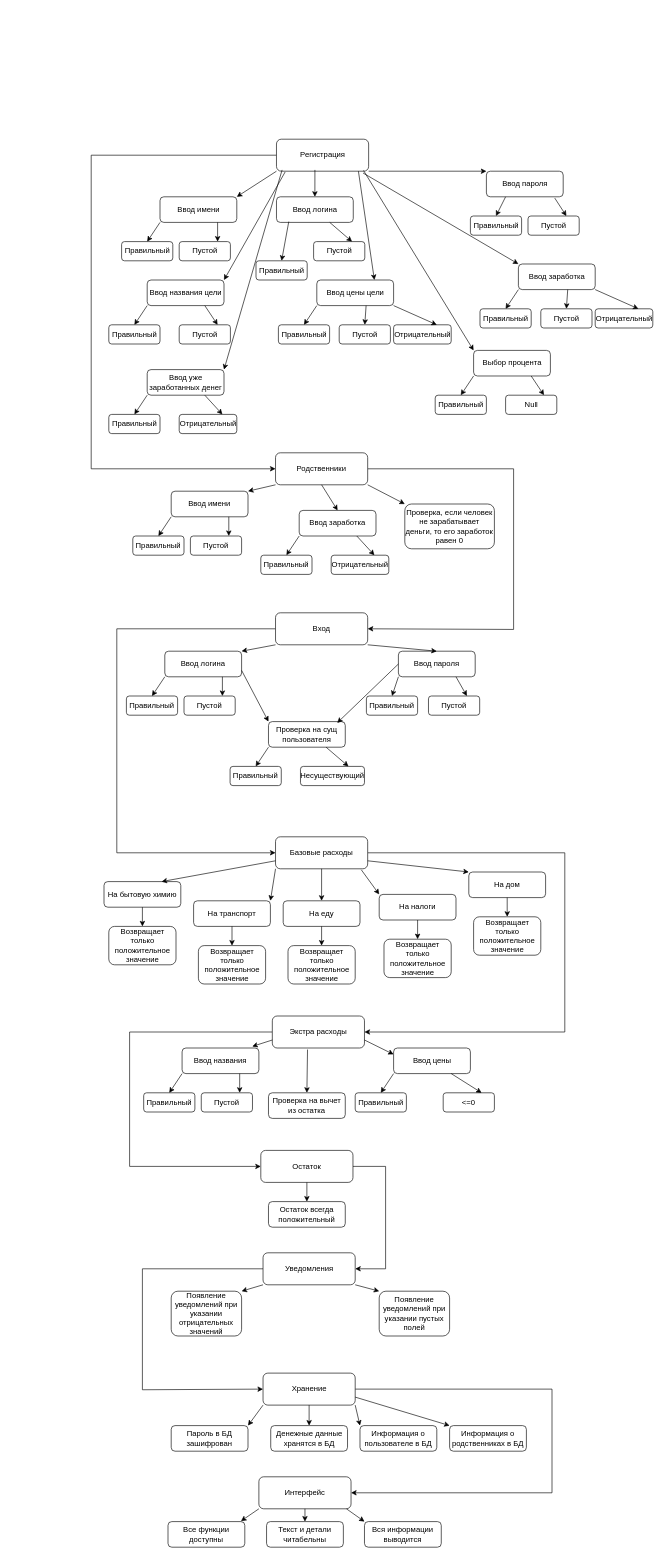
Before: page "Страница — 13" (13 of 18) of new_kurs.drawio in dahichnero/schemas, a draw.io diagram. Source tidied: cells renumbered, new cells numbered last; positions are measured from the earlier drawing's top-left corner, leaving out a move shared by most shapes. Both pictures are drawn from the tidied source at 64%, with x=0, y=0 at pixel (91, 139).
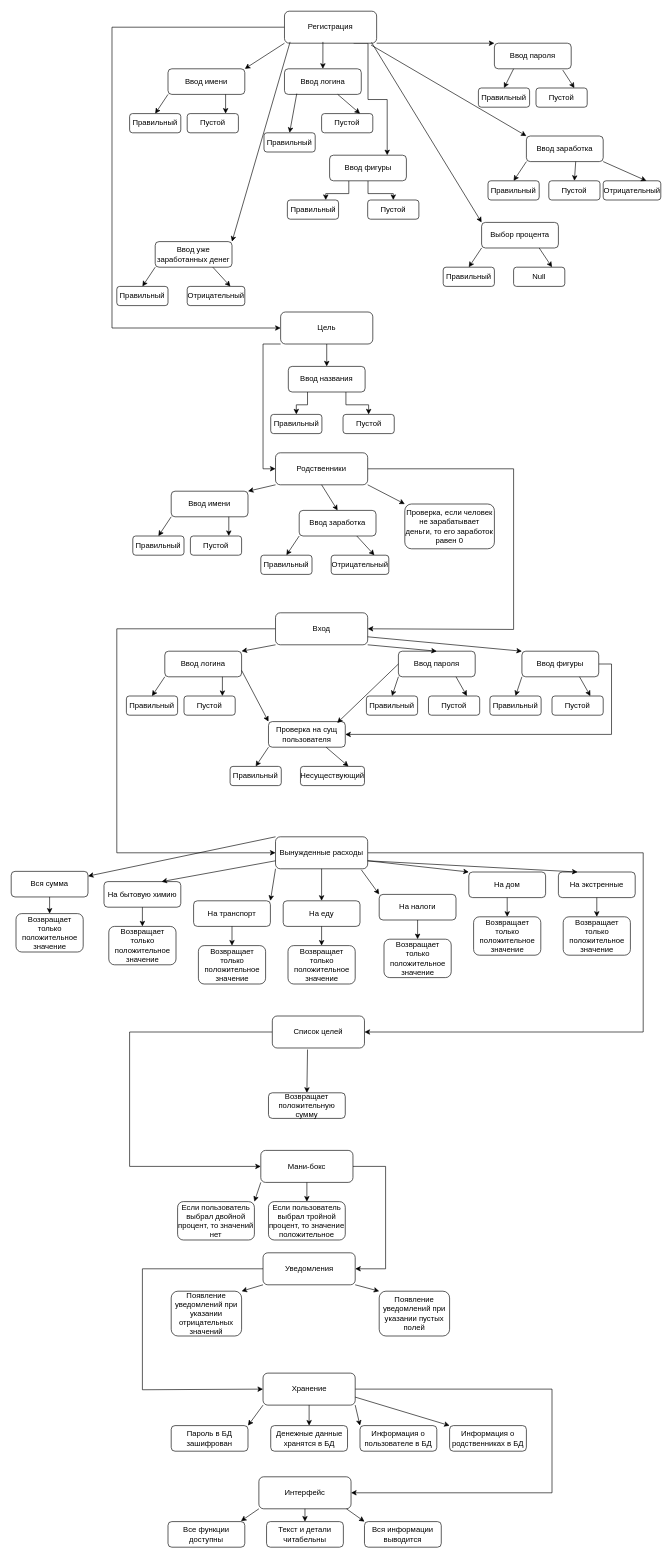
The same diagram, later.

Unchanged cells that the change refers to:
```xml
<mxCell id="57" value="Родственники" style="rounded=1;whiteSpace=wrap;html=1;" parent="1" vertex="1">
  <mxGeometry x="288" y="490" width="144" height="50" as="geometry" />
</mxCell>
<mxCell id="73" value="Вход" style="rounded=1;whiteSpace=wrap;html=1;" parent="1" vertex="1">
  <mxGeometry x="288" y="740" width="144" height="50" as="geometry" />
</mxCell>
<mxCell id="86" value="Проверка на сущ пользователя" style="rounded=1;whiteSpace=wrap;html=1;" parent="1" vertex="1">
  <mxGeometry x="277" y="910" width="120" height="40" as="geometry" />
</mxCell>
```

The edit, as a diff of the source:
```diff
@@
-    <mxCell id="2" style="edgeStyle=orthogonalEdgeStyle;rounded=0;jettySize=auto;html=1;entryX=0;entryY=0.5;entryDx=0;entryDy=0;" parent="1" edge="1" source="3" target="57">
-      <mxGeometry relative="1" as="geometry">
-        <Array as="points">
-          <mxPoint y="25" />
-          <mxPoint y="515" />
-        </Array>
-      </mxGeometry>
-    </mxCell>
+    <mxCell id="158" style="edgeStyle=orthogonalEdgeStyle;rounded=0;jettySize=auto;html=1;exitX=0;exitY=0.5;exitDx=0;exitDy=0;entryX=0;entryY=0.5;entryDx=0;entryDy=0;" parent="1" edge="1" source="3" target="162">
+      <mxGeometry relative="1" as="geometry">
+        <Array as="points">
+          <mxPoint x="32.5" y="-175" />
+          <mxPoint x="32.5" y="295" />
+        </Array>
+      </mxGeometry>
+    </mxCell>
+    <mxCell id="159" style="edgeStyle=orthogonalEdgeStyle;rounded=0;jettySize=auto;html=1;exitX=0.75;exitY=1;exitDx=0;exitDy=0;entryX=0.75;entryY=0;entryDx=0;entryDy=0;" parent="1" edge="1" source="3" target="169">
+      <mxGeometry relative="1" as="geometry">
+        <Array as="points">
+          <mxPoint x="432.5" y="-150" />
+          <mxPoint x="432.5" y="-62" />
+          <mxPoint x="462.5" y="-62" />
+        </Array>
+      </mxGeometry>
+    </mxCell>
     <mxCell id="3" value="Регистрация" style="rounded=1;whiteSpace=wrap;html=1;" parent="1" vertex="1">
-      <mxGeometry x="289.5" width="144" height="50" as="geometry" />
+      <mxGeometry x="302" y="-200" width="144" height="50" as="geometry" />
     </mxCell>
     <mxCell id="4" value="Ввод имени" style="rounded=1;whiteSpace=wrap;html=1;" parent="1" vertex="1">
-      <mxGeometry x="107.5" y="90" width="120" height="40" as="geometry" />
+      <mxGeometry x="120" y="-110" width="120" height="40" as="geometry" />
     </mxCell>
     <mxCell id="5" value="Ввод логина" style="rounded=1;whiteSpace=wrap;html=1;" parent="1" vertex="1">
-      <mxGeometry x="289.5" y="90" width="120" height="40" as="geometry" />
+      <mxGeometry x="302" y="-110" width="120" height="40" as="geometry" />
     </mxCell>
     <mxCell id="6" value="Ввод пароля" style="rounded=1;whiteSpace=wrap;html=1;" parent="1" vertex="1">
-      <mxGeometry x="617.5" y="50" width="120" height="40" as="geometry" />
+      <mxGeometry x="630" y="-150" width="120" height="40" as="geometry" />
     </mxCell>
@@
     <mxCell id="10" value="Правильный" style="rounded=1;whiteSpace=wrap;html=1;" parent="1" vertex="1">
-      <mxGeometry x="47.5" y="160" width="80" height="30" as="geometry" />
+      <mxGeometry x="60" y="-40" width="80" height="30" as="geometry" />
     </mxCell>
     <mxCell id="11" value="Пустой" style="rounded=1;whiteSpace=wrap;html=1;" parent="1" vertex="1">
-      <mxGeometry x="137.5" y="160" width="80" height="30" as="geometry" />
+      <mxGeometry x="150" y="-40" width="80" height="30" as="geometry" />
     </mxCell>
@@
     <mxCell id="14" value="Правильный" style="rounded=1;whiteSpace=wrap;html=1;" parent="1" vertex="1">
-      <mxGeometry x="257.5" y="190" width="80" height="30" as="geometry" />
+      <mxGeometry x="270" y="-10" width="80" height="30" as="geometry" />
     </mxCell>
     <mxCell id="15" value="Пустой" style="rounded=1;whiteSpace=wrap;html=1;" parent="1" vertex="1">
-      <mxGeometry x="347.5" y="160" width="80" height="30" as="geometry" />
+      <mxGeometry x="360" y="-40" width="80" height="30" as="geometry" />
     </mxCell>
@@
     <mxCell id="18" value="Правильный" style="rounded=1;whiteSpace=wrap;html=1;" parent="1" vertex="1">
-      <mxGeometry x="592.5" y="120" width="80" height="30" as="geometry" />
+      <mxGeometry x="605" y="-80" width="80" height="30" as="geometry" />
     </mxCell>
     <mxCell id="19" value="Пустой" style="rounded=1;whiteSpace=wrap;html=1;" parent="1" vertex="1">
-      <mxGeometry x="682.5" y="120" width="80" height="30" as="geometry" />
+      <mxGeometry x="695" y="-80" width="80" height="30" as="geometry" />
     </mxCell>
@@
-    <mxCell id="22" value="Ввод названия цели" style="rounded=1;whiteSpace=wrap;html=1;" parent="1" vertex="1">
-      <mxGeometry x="87.5" y="220" width="120" height="40" as="geometry" />
-    </mxCell>
-    <mxCell id="23" value="Правильный" style="rounded=1;whiteSpace=wrap;html=1;" parent="1" vertex="1">
-      <mxGeometry x="27.5" y="290" width="80" height="30" as="geometry" />
-    </mxCell>
-    <mxCell id="24" value="Пустой" style="rounded=1;whiteSpace=wrap;html=1;" parent="1" vertex="1">
-      <mxGeometry x="137.5" y="290" width="80" height="30" as="geometry" />
-    </mxCell>
-    <mxCell id="25" style="endArrow=classic;html=1;rounded=0;entryX=0.5;entryY=0;entryDx=0;entryDy=0;exitX=0;exitY=1;exitDx=0;exitDy=0;" parent="1" edge="1" source="22" target="23">
-      <mxGeometry relative="1" as="geometry" />
-    </mxCell>
-    <mxCell id="26" style="endArrow=classic;html=1;rounded=0;exitX=0.75;exitY=1;exitDx=0;exitDy=0;entryX=0.75;entryY=0;entryDx=0;entryDy=0;" parent="1" edge="1" source="22" target="24">
-      <mxGeometry relative="1" as="geometry" />
-    </mxCell>
-    <mxCell id="27" style="endArrow=classic;html=1;rounded=0;entryX=1;entryY=0;entryDx=0;entryDy=0;exitX=0.094;exitY=1.024;exitDx=0;exitDy=0;exitPerimeter=0;" parent="1" edge="1" source="3" target="22">
-      <mxGeometry relative="1" as="geometry" />
-    </mxCell>
-    <mxCell id="28" value="Ввод цены цели" style="rounded=1;whiteSpace=wrap;html=1;" parent="1" vertex="1">
-      <mxGeometry x="352.5" y="220" width="120" height="40" as="geometry" />
-    </mxCell>
-    <mxCell id="29" value="Правильный" style="rounded=1;whiteSpace=wrap;html=1;" parent="1" vertex="1">
-      <mxGeometry x="292.5" y="290" width="80" height="30" as="geometry" />
-    </mxCell>
-    <mxCell id="30" value="Пустой" style="rounded=1;whiteSpace=wrap;html=1;" parent="1" vertex="1">
-      <mxGeometry x="387.5" y="290" width="80" height="30" as="geometry" />
-    </mxCell>
-    <mxCell id="31" style="endArrow=classic;html=1;rounded=0;entryX=0.5;entryY=0;entryDx=0;entryDy=0;exitX=0;exitY=1;exitDx=0;exitDy=0;" parent="1" edge="1" source="28" target="29">
-      <mxGeometry relative="1" as="geometry" />
-    </mxCell>
-    <mxCell id="32" style="endArrow=classic;html=1;rounded=0;entryX=0.5;entryY=0;entryDx=0;entryDy=0;exitX=0.642;exitY=1;exitDx=0;exitDy=0;exitPerimeter=0;" parent="1" edge="1" source="28" target="30">
-      <mxGeometry relative="1" as="geometry" />
-    </mxCell>
-    <mxCell id="33" value="Отрицательный" style="rounded=1;whiteSpace=wrap;html=1;" parent="1" vertex="1">
-      <mxGeometry x="472.5" y="290" width="90" height="30" as="geometry" />
-    </mxCell>
-    <mxCell id="34" style="endArrow=classic;html=1;rounded=0;exitX=1;exitY=1;exitDx=0;exitDy=0;entryX=0.75;entryY=0;entryDx=0;entryDy=0;" parent="1" edge="1" source="28" target="33">
-      <mxGeometry relative="1" as="geometry" />
-    </mxCell>
-    <mxCell id="35" style="endArrow=classic;html=1;rounded=0;exitX=0.889;exitY=1;exitDx=0;exitDy=0;exitPerimeter=0;entryX=0.75;entryY=0;entryDx=0;entryDy=0;" parent="1" edge="1" source="3" target="28">
-      <mxGeometry relative="1" as="geometry" />
-    </mxCell>
     <mxCell id="36" value="Ввод заработка" style="rounded=1;whiteSpace=wrap;html=1;" parent="1" vertex="1">
-      <mxGeometry x="667.5" y="195" width="120" height="40" as="geometry" />
+      <mxGeometry x="680" y="-5" width="120" height="40" as="geometry" />
     </mxCell>
     <mxCell id="37" value="Правильный" style="rounded=1;whiteSpace=wrap;html=1;" parent="1" vertex="1">
-      <mxGeometry x="607.5" y="265" width="80" height="30" as="geometry" />
+      <mxGeometry x="620" y="65" width="80" height="30" as="geometry" />
     </mxCell>
     <mxCell id="38" value="Пустой" style="rounded=1;whiteSpace=wrap;html=1;" parent="1" vertex="1">
-      <mxGeometry x="702.5" y="265" width="80" height="30" as="geometry" />
+      <mxGeometry x="715" y="65" width="80" height="30" as="geometry" />
     </mxCell>
@@
     <mxCell id="41" value="Отрицательный" style="rounded=1;whiteSpace=wrap;html=1;" parent="1" vertex="1">
-      <mxGeometry x="787.5" y="265" width="90" height="30" as="geometry" />
+      <mxGeometry x="800" y="65" width="90" height="30" as="geometry" />
     </mxCell>
@@
     <mxCell id="43" value="Ввод уже заработанных денег" style="rounded=1;whiteSpace=wrap;html=1;" parent="1" vertex="1">
-      <mxGeometry x="87.5" y="360" width="120" height="40" as="geometry" />
+      <mxGeometry x="100" y="160" width="120" height="40" as="geometry" />
     </mxCell>
     <mxCell id="44" value="Правильный" style="rounded=1;whiteSpace=wrap;html=1;" parent="1" vertex="1">
-      <mxGeometry x="27.5" y="430" width="80" height="30" as="geometry" />
+      <mxGeometry x="40" y="230" width="80" height="30" as="geometry" />
     </mxCell>
     <mxCell id="45" value="Отрицательный" style="rounded=1;whiteSpace=wrap;html=1;" parent="1" vertex="1">
-      <mxGeometry x="137.5" y="430" width="90" height="30" as="geometry" />
+      <mxGeometry x="150" y="230" width="90" height="30" as="geometry" />
     </mxCell>
@@
     <mxCell id="48" value="Выбор процента" style="rounded=1;whiteSpace=wrap;html=1;" parent="1" vertex="1">
-      <mxGeometry x="597.5" y="330" width="120" height="40" as="geometry" />
+      <mxGeometry x="610" y="130" width="120" height="40" as="geometry" />
     </mxCell>
     <mxCell id="49" value="Правильный" style="rounded=1;whiteSpace=wrap;html=1;" parent="1" vertex="1">
-      <mxGeometry x="537.5" y="400" width="80" height="30" as="geometry" />
+      <mxGeometry x="550" y="200" width="80" height="30" as="geometry" />
     </mxCell>
     <mxCell id="50" value="Null" style="rounded=1;whiteSpace=wrap;html=1;" parent="1" vertex="1">
-      <mxGeometry x="647.5" y="400" width="80" height="30" as="geometry" />
+      <mxGeometry x="660" y="200" width="80" height="30" as="geometry" />
     </mxCell>
@@
     <mxCell id="91" style="edgeStyle=orthogonalEdgeStyle;rounded=0;jettySize=auto;html=1;entryX=1;entryY=0.5;entryDx=0;entryDy=0;" parent="1" edge="1" source="92" target="116">
       <mxGeometry relative="1" as="geometry">
         <Array as="points">
-          <mxPoint x="740" y="1115" />
-          <mxPoint x="740" y="1395" />
+          <mxPoint x="862.5" y="1115" />
+          <mxPoint x="862.5" y="1395" />
         </Array>
       </mxGeometry>
     </mxCell>
-    <mxCell id="92" value="Базовые расходы" style="rounded=1;whiteSpace=wrap;html=1;" parent="1" vertex="1">
+    <mxCell id="92" value="Вынужденные расходы" style="rounded=1;whiteSpace=wrap;html=1;" parent="1" vertex="1">
       <mxGeometry x="288" y="1090" width="144" height="50" as="geometry" />
     </mxCell>
@@
-    <mxCell id="116" value="Экстра расходы" style="rounded=1;whiteSpace=wrap;html=1;" parent="1" vertex="1">
+    <mxCell id="116" value="Список целей" style="rounded=1;whiteSpace=wrap;html=1;" parent="1" vertex="1">
       <mxGeometry x="283" y="1370" width="144" height="50" as="geometry" />
     </mxCell>
-    <mxCell id="117" value="Ввод названия" style="rounded=1;whiteSpace=wrap;html=1;" parent="1" vertex="1">
-      <mxGeometry x="142" y="1420" width="120" height="40" as="geometry" />
-    </mxCell>
-    <mxCell id="118" value="Правильный" style="rounded=1;whiteSpace=wrap;html=1;" parent="1" vertex="1">
-      <mxGeometry x="82" y="1490" width="80" height="30" as="geometry" />
-    </mxCell>
-    <mxCell id="119" value="Пустой" style="rounded=1;whiteSpace=wrap;html=1;" parent="1" vertex="1">
-      <mxGeometry x="172" y="1490" width="80" height="30" as="geometry" />
-    </mxCell>
-    <mxCell id="120" style="endArrow=classic;html=1;rounded=0;entryX=0.5;entryY=0;entryDx=0;entryDy=0;exitX=0;exitY=1;exitDx=0;exitDy=0;" parent="1" edge="1" source="117" target="118">
-      <mxGeometry relative="1" as="geometry" />
-    </mxCell>
-    <mxCell id="121" style="endArrow=classic;html=1;rounded=0;exitX=0.75;exitY=1;exitDx=0;exitDy=0;entryX=0.75;entryY=0;entryDx=0;entryDy=0;" parent="1" edge="1" source="117" target="119">
-      <mxGeometry relative="1" as="geometry" />
-    </mxCell>
-    <mxCell id="122" style="endArrow=classic;html=1;rounded=0;exitX=0;exitY=0.75;exitDx=0;exitDy=0;entryX=0.913;entryY=-0.06;entryDx=0;entryDy=0;entryPerimeter=0;" parent="1" edge="1" source="116" target="117">
-      <mxGeometry relative="1" as="geometry" />
-    </mxCell>
-    <mxCell id="123" value="Ввод цены" style="rounded=1;whiteSpace=wrap;html=1;" parent="1" vertex="1">
-      <mxGeometry x="472.5" y="1420" width="120" height="40" as="geometry" />
-    </mxCell>
-    <mxCell id="124" value="Правильный" style="rounded=1;whiteSpace=wrap;html=1;" parent="1" vertex="1">
-      <mxGeometry x="412.5" y="1490" width="80" height="30" as="geometry" />
-    </mxCell>
-    <mxCell id="125" value="&amp;lt;=0" style="rounded=1;whiteSpace=wrap;html=1;" parent="1" vertex="1">
-      <mxGeometry x="550" y="1490" width="80" height="30" as="geometry" />
-    </mxCell>
-    <mxCell id="126" style="endArrow=classic;html=1;rounded=0;entryX=0.5;entryY=0;entryDx=0;entryDy=0;exitX=0;exitY=1;exitDx=0;exitDy=0;" parent="1" edge="1" source="123" target="124">
-      <mxGeometry relative="1" as="geometry" />
-    </mxCell>
-    <mxCell id="127" style="endArrow=classic;html=1;rounded=0;exitX=0.75;exitY=1;exitDx=0;exitDy=0;entryX=0.75;entryY=0;entryDx=0;entryDy=0;" parent="1" edge="1" source="123" target="125">
-      <mxGeometry relative="1" as="geometry" />
-    </mxCell>
-    <mxCell id="128" style="endArrow=classic;html=1;rounded=0;exitX=1;exitY=0.75;exitDx=0;exitDy=0;entryX=0;entryY=0.25;entryDx=0;entryDy=0;" parent="1" edge="1" source="116" target="123">
-      <mxGeometry relative="1" as="geometry" />
-    </mxCell>
@@
-    <mxCell id="130" value="Проверка на вычет из остатка" style="rounded=1;whiteSpace=wrap;html=1;" parent="1" vertex="1">
+    <mxCell id="130" value="Возвращает положительную сумму" style="rounded=1;whiteSpace=wrap;html=1;" parent="1" vertex="1">
       <mxGeometry x="277" y="1490" width="120" height="40" as="geometry" />
     </mxCell>
@@
-    <mxCell id="132" value="Остаток" style="rounded=1;whiteSpace=wrap;html=1;" parent="1" vertex="1">
+    <mxCell id="132" value="Мани-бокс" style="rounded=1;whiteSpace=wrap;html=1;" parent="1" vertex="1">
       <mxGeometry x="265" y="1580" width="144" height="50" as="geometry" />
     </mxCell>
-    <mxCell id="133" value="Остаток всегда положительный" style="rounded=1;whiteSpace=wrap;html=1;" parent="1" vertex="1">
-      <mxGeometry x="277" y="1660" width="120" height="40" as="geometry" />
+    <mxCell id="133" value="Если пользователь выбрал тройной процент, то значение положительное" style="rounded=1;whiteSpace=wrap;html=1;" parent="1" vertex="1">
+      <mxGeometry x="277" y="1660" width="120" height="60" as="geometry" />
     </mxCell>
@@
+    <mxCell id="160" style="edgeStyle=orthogonalEdgeStyle;rounded=0;jettySize=auto;html=1;exitX=0.5;exitY=1;exitDx=0;exitDy=0;entryX=0.5;entryY=0;entryDx=0;entryDy=0;" parent="1" edge="1" source="162" target="117">
+      <mxGeometry relative="1" as="geometry" />
+    </mxCell>
+    <mxCell id="161" style="edgeStyle=orthogonalEdgeStyle;rounded=0;jettySize=auto;html=1;exitX=0;exitY=1;exitDx=0;exitDy=0;entryX=0;entryY=0.5;entryDx=0;entryDy=0;" parent="1" edge="1" source="162" target="57">
+      <mxGeometry relative="1" as="geometry">
+        <Array as="points">
+          <mxPoint x="268.5" y="320" />
+          <mxPoint x="268.5" y="515" />
+        </Array>
+      </mxGeometry>
+    </mxCell>
+    <mxCell id="162" value="Цель" style="rounded=1;whiteSpace=wrap;html=1;" parent="1" vertex="1">
+      <mxGeometry x="296" y="270" width="144" height="50" as="geometry" />
+    </mxCell>
+    <mxCell id="163" style="edgeStyle=orthogonalEdgeStyle;rounded=0;jettySize=auto;html=1;exitX=0.25;exitY=1;exitDx=0;exitDy=0;" parent="1" edge="1" source="117" target="165">
+      <mxGeometry relative="1" as="geometry" />
+    </mxCell>
+    <mxCell id="164" style="edgeStyle=orthogonalEdgeStyle;rounded=0;jettySize=auto;html=1;exitX=0.75;exitY=1;exitDx=0;exitDy=0;" parent="1" edge="1" source="117" target="166">
+      <mxGeometry relative="1" as="geometry" />
+    </mxCell>
+    <mxCell id="117" value="Ввод названия" style="rounded=1;whiteSpace=wrap;html=1;" parent="1" vertex="1">
+      <mxGeometry x="308" y="355" width="120" height="40" as="geometry" />
+    </mxCell>
+    <mxCell id="165" value="Правильный" style="rounded=1;whiteSpace=wrap;html=1;" parent="1" vertex="1">
+      <mxGeometry x="280.5" y="430" width="80" height="30" as="geometry" />
+    </mxCell>
+    <mxCell id="166" value="Пустой" style="rounded=1;whiteSpace=wrap;html=1;" parent="1" vertex="1">
+      <mxGeometry x="393.5" y="430" width="80" height="30" as="geometry" />
+    </mxCell>
+    <mxCell id="167" style="edgeStyle=orthogonalEdgeStyle;rounded=0;jettySize=auto;html=1;exitX=0.25;exitY=1;exitDx=0;exitDy=0;entryX=0.75;entryY=0;entryDx=0;entryDy=0;" parent="1" edge="1" source="169" target="170">
+      <mxGeometry relative="1" as="geometry" />
+    </mxCell>
+    <mxCell id="168" style="edgeStyle=orthogonalEdgeStyle;rounded=0;jettySize=auto;html=1;entryX=0.5;entryY=0;entryDx=0;entryDy=0;" parent="1" edge="1" source="169" target="171">
+      <mxGeometry relative="1" as="geometry" />
+    </mxCell>
+    <mxCell id="169" value="Ввод фигуры" style="rounded=1;whiteSpace=wrap;html=1;" parent="1" vertex="1">
+      <mxGeometry x="372.5" y="25" width="120" height="40" as="geometry" />
+    </mxCell>
+    <mxCell id="170" value="Правильный" style="rounded=1;whiteSpace=wrap;html=1;" parent="1" vertex="1">
+      <mxGeometry x="306.5" y="95" width="80" height="30" as="geometry" />
+    </mxCell>
+    <mxCell id="171" value="Пустой" style="rounded=1;whiteSpace=wrap;html=1;" parent="1" vertex="1">
+      <mxGeometry x="432" y="95" width="80" height="30" as="geometry" />
+    </mxCell>
+    <mxCell id="172" style="edgeStyle=orthogonalEdgeStyle;rounded=0;jettySize=auto;html=1;exitX=1;exitY=0.5;exitDx=0;exitDy=0;entryX=1;entryY=0.5;entryDx=0;entryDy=0;" parent="1" edge="1" source="173" target="86">
+      <mxGeometry relative="1" as="geometry" />
+    </mxCell>
+    <mxCell id="173" value="Ввод фигуры" style="rounded=1;whiteSpace=wrap;html=1;" parent="1" vertex="1">
+      <mxGeometry x="673" y="800" width="120" height="40" as="geometry" />
+    </mxCell>
+    <mxCell id="174" value="Правильный" style="rounded=1;whiteSpace=wrap;html=1;" parent="1" vertex="1">
+      <mxGeometry x="623" y="870" width="80" height="30" as="geometry" />
+    </mxCell>
+    <mxCell id="175" value="Пустой" style="rounded=1;whiteSpace=wrap;html=1;" parent="1" vertex="1">
+      <mxGeometry x="720" y="870" width="80" height="30" as="geometry" />
+    </mxCell>
+    <mxCell id="176" style="endArrow=classic;html=1;rounded=0;entryX=0.5;entryY=0;entryDx=0;entryDy=0;exitX=0;exitY=1;exitDx=0;exitDy=0;" parent="1" edge="1" source="173" target="174">
+      <mxGeometry relative="1" as="geometry" />
+    </mxCell>
+    <mxCell id="177" style="endArrow=classic;html=1;rounded=0;exitX=0.75;exitY=1;exitDx=0;exitDy=0;entryX=0.75;entryY=0;entryDx=0;entryDy=0;" parent="1" edge="1" source="173" target="175">
+      <mxGeometry relative="1" as="geometry" />
+    </mxCell>
+    <mxCell id="178" style="endArrow=classic;html=1;rounded=0;exitX=1;exitY=0.75;exitDx=0;exitDy=0;entryX=0;entryY=0;entryDx=0;entryDy=0;" parent="1" edge="1" source="73" target="173">
+      <mxGeometry relative="1" as="geometry" />
+    </mxCell>
+    <mxCell id="179" value="На экстренные" style="rounded=1;whiteSpace=wrap;html=1;" parent="1" vertex="1">
+      <mxGeometry x="730" y="1145" width="120" height="40" as="geometry" />
+    </mxCell>
+    <mxCell id="180" value="Возвращает только положительное значение" style="rounded=1;whiteSpace=wrap;html=1;" parent="1" vertex="1">
+      <mxGeometry x="737.5" y="1215" width="105" height="60" as="geometry" />
+    </mxCell>
+    <mxCell id="181" style="endArrow=classic;html=1;rounded=0;exitX=0.5;exitY=1;exitDx=0;exitDy=0;entryX=0.5;entryY=0;entryDx=0;entryDy=0;" parent="1" edge="1" source="179" target="180">
+      <mxGeometry relative="1" as="geometry" />
+    </mxCell>
+    <mxCell id="182" style="endArrow=classic;html=1;rounded=0;entryX=0.25;entryY=0;entryDx=0;entryDy=0;exitX=1;exitY=0.75;exitDx=0;exitDy=0;" parent="1" edge="1" source="92" target="179">
+      <mxGeometry relative="1" as="geometry" />
+    </mxCell>
+    <mxCell id="183" value="Вся сумма" style="rounded=1;whiteSpace=wrap;html=1;" parent="1" vertex="1">
+      <mxGeometry x="-125" y="1144" width="120" height="40" as="geometry" />
+    </mxCell>
+    <mxCell id="184" value="Возвращает только положительное значение" style="rounded=1;whiteSpace=wrap;html=1;" parent="1" vertex="1">
+      <mxGeometry x="-117.5" y="1210" width="105" height="60" as="geometry" />
+    </mxCell>
+    <mxCell id="185" style="endArrow=classic;html=1;rounded=0;exitX=0.5;exitY=1;exitDx=0;exitDy=0;entryX=0.5;entryY=0;entryDx=0;entryDy=0;" parent="1" edge="1" source="183" target="184">
+      <mxGeometry relative="1" as="geometry" />
+    </mxCell>
+    <mxCell id="186" style="endArrow=classic;html=1;rounded=0;exitX=0;exitY=0;exitDx=0;exitDy=0;" parent="1" edge="1" source="92" target="183">
+      <mxGeometry relative="1" as="geometry" />
+    </mxCell>
+    <mxCell id="187" value="Если пользователь выбрал двойной процент, то значений нет" style="rounded=1;whiteSpace=wrap;html=1;" parent="1" vertex="1">
+      <mxGeometry x="135" y="1660" width="120" height="60" as="geometry" />
+    </mxCell>
+    <mxCell id="188" style="endArrow=classic;html=1;rounded=0;exitX=0;exitY=1;exitDx=0;exitDy=0;entryX=1;entryY=0;entryDx=0;entryDy=0;" parent="1" edge="1" source="132" target="187">
+      <mxGeometry relative="1" as="geometry" />
+    </mxCell>
```
